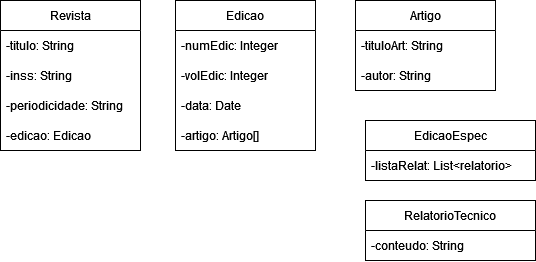
Before: a1/q2A1.drawio.png, a diagram exported from draw.io (Andra-sun/modelagem). Source tidied: cells renumbered, new cells last; positions are measured from the earlier drawing's top-left corner, leaving out a move shared by most shapes.
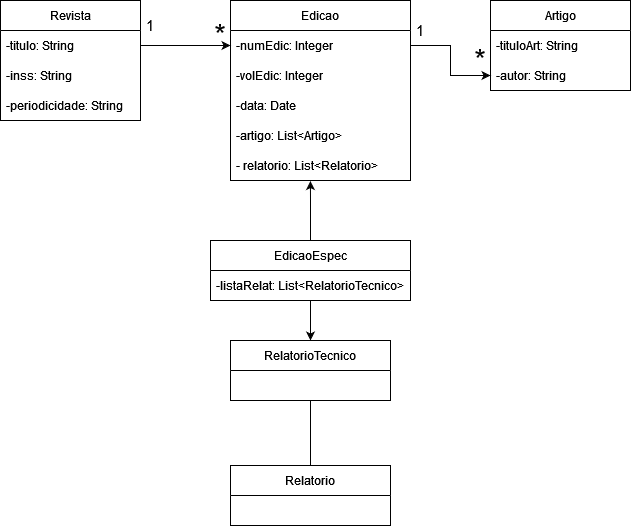
After the commit.

Diff of the diagram source:
```diff
@@ -3,7 +3,7 @@
     <mxCell id="0" />
     <mxCell id="1" parent="0" />
     <mxCell id="2" value="Revista" style="swimlane;fontStyle=0;horizontal=1;startSize=30;whiteSpace=wrap;html=1;" parent="1" vertex="1">
-      <mxGeometry width="140" height="150" as="geometry" />
+      <mxGeometry x="-45" y="-360" width="140" height="120" as="geometry" />
     </mxCell>
     <mxCell id="3" value="-titulo: String" style="text;strokeColor=none;fillColor=none;align=left;verticalAlign=middle;spacingLeft=4;spacingRight=4;overflow=hidden;points=[[0,0.5],[1,0.5]];portConstraint=eastwest;whiteSpace=wrap;html=1;" parent="2" vertex="1">
       <mxGeometry y="30" width="140" height="30" as="geometry" />
@@ -14,26 +14,26 @@
     <mxCell id="5" value="-periodicidade: String" style="text;strokeColor=none;fillColor=none;align=left;verticalAlign=middle;spacingLeft=4;spacingRight=4;overflow=hidden;whiteSpace=wrap;html=1;" parent="2" vertex="1">
       <mxGeometry y="90" width="140" height="30" as="geometry" />
     </mxCell>
-    <mxCell id="6" value="-edicao: Edicao" style="text;strokeColor=none;fillColor=none;align=left;verticalAlign=middle;spacingLeft=4;spacingRight=4;overflow=hidden;whiteSpace=wrap;html=1;" parent="2" vertex="1">
-      <mxGeometry y="120" width="140" height="30" as="geometry" />
-    </mxCell>
     <mxCell id="7" value="Edicao" style="swimlane;fontStyle=0;horizontal=1;startSize=30;whiteSpace=wrap;html=1;" parent="1" vertex="1">
-      <mxGeometry x="175" width="140" height="150" as="geometry" />
+      <mxGeometry x="185" y="-360" width="180" height="180" as="geometry" />
     </mxCell>
     <mxCell id="8" value="-numEdic: Integer" style="text;strokeColor=none;fillColor=none;align=left;verticalAlign=middle;spacingLeft=4;spacingRight=4;overflow=hidden;points=[[0,0.5],[1,0.5]];portConstraint=eastwest;whiteSpace=wrap;html=1;" parent="7" vertex="1">
-      <mxGeometry y="30" width="140" height="30" as="geometry" />
+      <mxGeometry y="30" width="180" height="30" as="geometry" />
     </mxCell>
     <mxCell id="9" value="-volEdic: Integer" style="text;strokeColor=none;fillColor=none;align=left;verticalAlign=middle;spacingLeft=4;spacingRight=4;overflow=hidden;whiteSpace=wrap;html=1;" parent="7" vertex="1">
-      <mxGeometry y="60" width="140" height="30" as="geometry" />
+      <mxGeometry y="60" width="180" height="30" as="geometry" />
     </mxCell>
     <mxCell id="10" value="-data: Date" style="text;strokeColor=none;fillColor=none;align=left;verticalAlign=middle;spacingLeft=4;spacingRight=4;overflow=hidden;whiteSpace=wrap;html=1;" parent="7" vertex="1">
-      <mxGeometry y="90" width="140" height="30" as="geometry" />
+      <mxGeometry y="90" width="180" height="30" as="geometry" />
     </mxCell>
-    <mxCell id="11" value="-artigo: Artigo[]" style="text;strokeColor=none;fillColor=none;align=left;verticalAlign=middle;spacingLeft=4;spacingRight=4;overflow=hidden;whiteSpace=wrap;html=1;" parent="7" vertex="1">
-      <mxGeometry y="120" width="140" height="30" as="geometry" />
+    <mxCell id="11" value="-artigo: List&amp;lt;Artigo&amp;gt;" style="text;strokeColor=none;fillColor=none;align=left;verticalAlign=middle;spacingLeft=4;spacingRight=4;overflow=hidden;whiteSpace=wrap;html=1;" parent="7" vertex="1">
+      <mxGeometry y="120" width="180" height="30" as="geometry" />
     </mxCell>
+    <mxCell id="19" value="- relatorio: List&amp;lt;Relatorio&amp;gt;" style="text;strokeColor=none;fillColor=none;align=left;verticalAlign=middle;spacingLeft=4;spacingRight=4;overflow=hidden;points=[[0,0.5],[1,0.5]];portConstraint=eastwest;whiteSpace=wrap;html=1;" parent="7" vertex="1">
+      <mxGeometry y="150" width="180" height="30" as="geometry" />
+    </mxCell>
     <mxCell id="12" value="Artigo" style="swimlane;fontStyle=0;horizontal=1;startSize=30;whiteSpace=wrap;html=1;" parent="1" vertex="1">
-      <mxGeometry x="355" width="140" height="90" as="geometry" />
+      <mxGeometry x="445" y="-360" width="140" height="90" as="geometry" />
     </mxCell>
     <mxCell id="13" value="-tituloArt: String" style="text;strokeColor=none;fillColor=none;align=left;verticalAlign=middle;spacingLeft=4;spacingRight=4;overflow=hidden;whiteSpace=wrap;html=1;" parent="12" vertex="1">
       <mxGeometry y="30" width="140" height="30" as="geometry" />
@@ -41,17 +41,49 @@
     <mxCell id="14" value="-autor: String" style="text;strokeColor=none;fillColor=none;align=left;verticalAlign=middle;spacingLeft=4;spacingRight=4;overflow=hidden;points=[[0,0.5],[1,0.5]];portConstraint=eastwest;whiteSpace=wrap;html=1;" parent="12" vertex="1">
       <mxGeometry y="60" width="140" height="30" as="geometry" />
     </mxCell>
+    <mxCell id="20" style="edgeStyle=orthogonalEdgeStyle;rounded=0;jettySize=auto;html=1;entryX=0.5;entryY=0;entryDx=0;entryDy=0;" parent="1" edge="1" source="15" target="17">
+      <mxGeometry relative="1" as="geometry" />
+    </mxCell>
+    <mxCell id="21" style="edgeStyle=orthogonalEdgeStyle;rounded=0;jettySize=auto;html=1;entryX=0.444;entryY=1.019;entryDx=0;entryDy=0;entryPerimeter=0;startArrow=none;startFill=0;endArrow=classic;endFill=1;" parent="1" edge="1" source="15" target="19">
+      <mxGeometry relative="1" as="geometry">
+        <Array as="points">
+          <mxPoint x="265" y="-160" />
+          <mxPoint x="265" y="-160" />
+        </Array>
+      </mxGeometry>
+    </mxCell>
     <mxCell id="15" value="EdicaoEspec" style="swimlane;fontStyle=0;horizontal=1;startSize=30;whiteSpace=wrap;html=1;" parent="1" vertex="1">
-      <mxGeometry x="365" y="120" width="170" height="60" as="geometry" />
+      <mxGeometry x="165" y="-120" width="200" height="60" as="geometry" />
     </mxCell>
-    <mxCell id="16" value="-listaRelat: List&amp;lt;relatorio&amp;gt;" style="text;strokeColor=none;fillColor=none;align=left;verticalAlign=middle;spacingLeft=4;spacingRight=4;overflow=hidden;whiteSpace=wrap;html=1;" parent="15" vertex="1">
-      <mxGeometry y="30" width="170" height="30" as="geometry" />
+    <mxCell id="16" value="-listaRelat: List&amp;lt;RelatorioTecnico&amp;gt;" style="text;strokeColor=none;fillColor=none;align=left;verticalAlign=middle;spacingLeft=4;spacingRight=4;overflow=hidden;whiteSpace=wrap;html=1;" parent="15" vertex="1">
+      <mxGeometry y="30" width="200" height="30" as="geometry" />
     </mxCell>
     <mxCell id="17" value="RelatorioTecnico" style="swimlane;fontStyle=0;horizontal=1;startSize=30;whiteSpace=wrap;html=1;" parent="1" vertex="1">
-      <mxGeometry x="365" y="200" width="170" height="60" as="geometry" />
+      <mxGeometry x="185" y="-20" width="160" height="60" as="geometry" />
     </mxCell>
-    <mxCell id="18" value="-conteudo: String" style="text;strokeColor=none;fillColor=none;align=left;verticalAlign=middle;spacingLeft=4;spacingRight=4;overflow=hidden;whiteSpace=wrap;html=1;" parent="17" vertex="1">
-      <mxGeometry y="30" width="170" height="30" as="geometry" />
-    </mxCell>
+    <mxCell id="22" style="edgeStyle=orthogonalEdgeStyle;rounded=0;jettySize=auto;html=1;entryX=0.5;entryY=1;entryDx=0;entryDy=0;endArrow=none;endFill=0;" parent="1" edge="1" source="23" target="17">
+      <mxGeometry relative="1" as="geometry" />
+    </mxCell>
+    <mxCell id="23" value="Relatorio" style="swimlane;fontStyle=0;horizontal=1;startSize=30;whiteSpace=wrap;html=1;" parent="1" vertex="1">
+      <mxGeometry x="185" y="105" width="160" height="60" as="geometry" />
+    </mxCell>
+    <mxCell id="24" style="edgeStyle=orthogonalEdgeStyle;rounded=0;jettySize=auto;html=1;entryX=0;entryY=0.5;entryDx=0;entryDy=0;" parent="1" edge="1" source="3" target="8">
+      <mxGeometry relative="1" as="geometry" />
+    </mxCell>
+    <mxCell id="25" value="1" style="text;strokeColor=none;align=center;fillColor=none;html=1;verticalAlign=middle;whiteSpace=wrap;rounded=0;fontSize=15;" parent="1" vertex="1">
+      <mxGeometry x="75" y="-350" width="60" height="30" as="geometry" />
+    </mxCell>
+    <mxCell id="26" value="*" style="text;strokeColor=none;align=center;fillColor=none;html=1;verticalAlign=middle;whiteSpace=wrap;rounded=0;fontSize=30;" parent="1" vertex="1">
+      <mxGeometry x="145" y="-340" width="60" height="30" as="geometry" />
+    </mxCell>
+    <mxCell id="27" style="edgeStyle=orthogonalEdgeStyle;rounded=0;jettySize=auto;html=1;" parent="1" edge="1" source="8" target="14">
+      <mxGeometry relative="1" as="geometry" />
+    </mxCell>
+    <mxCell id="28" value="1" style="text;strokeColor=none;align=center;fillColor=none;html=1;verticalAlign=middle;whiteSpace=wrap;rounded=0;fontSize=15;" parent="1" vertex="1">
+      <mxGeometry x="345" y="-345" width="60" height="30" as="geometry" />
+    </mxCell>
+    <mxCell id="29" value="*" style="text;strokeColor=none;align=center;fillColor=none;html=1;verticalAlign=middle;whiteSpace=wrap;rounded=0;fontSize=30;" parent="1" vertex="1">
+      <mxGeometry x="405" y="-315" width="60" height="30" as="geometry" />
+    </mxCell>
   </root>
 </mxGraphModel>
```
